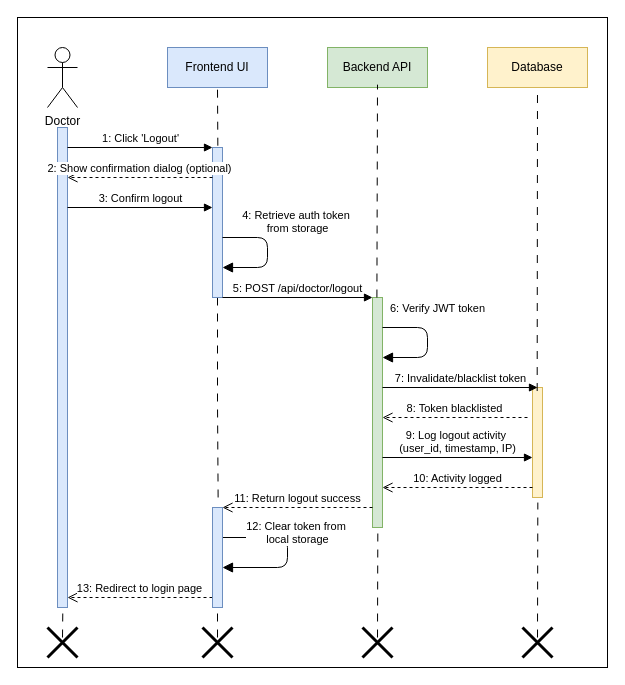
Before: InProgress/Sequence Diagram/Admin/Logout/Logout-Diagram.drawio in shah541-g/Fyp-Diagrams, a draw.io diagram. Source tidied: cells renumbered, new cells numbered last; positions are measured from the earlier drawing's top-left corner, leaving out a move shared by most shapes. Both pictures are drawn from the tidied source at 100%, with x=0, y=0 at pixel (17, 17).
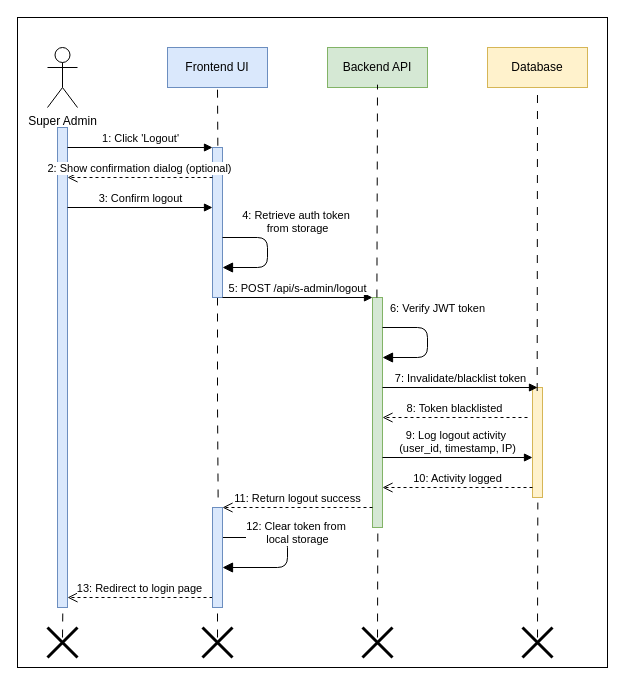
The same page after the edit.

Diff of the diagram source:
```diff
@@
-    <mxCell id="3" value="Doctor" style="shape=umlActor;verticalLabelPosition=bottom;verticalAlign=top;html=1;" parent="1" vertex="1">
+    <mxCell id="3" value="Super Admin" style="shape=umlActor;verticalLabelPosition=bottom;verticalAlign=top;html=1;" parent="1" vertex="1">
       <mxGeometry x="30" y="30" width="30" height="60" as="geometry" />
     </mxCell>
@@
-    <mxCell id="16" value="5: POST /api/doctor/logout" style="html=1;verticalAlign=bottom;endArrow=block;" parent="1" edge="1">
+    <mxCell id="16" value="5: POST /api/s-admin/logout" style="html=1;verticalAlign=bottom;endArrow=block;" parent="1" edge="1">
       <mxGeometry relative="1" as="geometry">
         <mxPoint x="205" y="280" as="sourcePoint" />
         <mxPoint x="355" y="280" as="targetPoint" />
       </mxGeometry>
     </mxCell>
```
